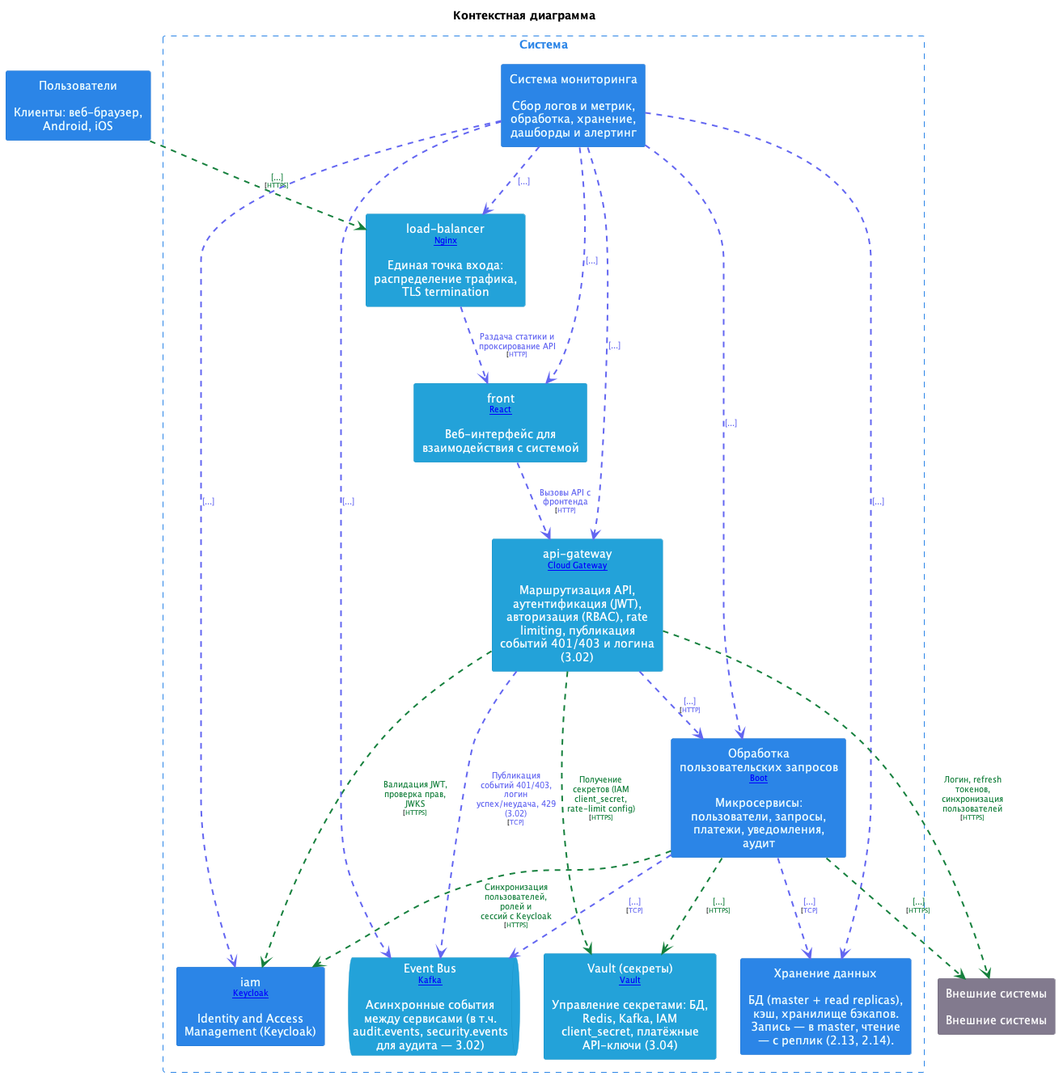
The PlantUML diagram doc/images/context.png in shelepovg/system-design-homework, before a commit.
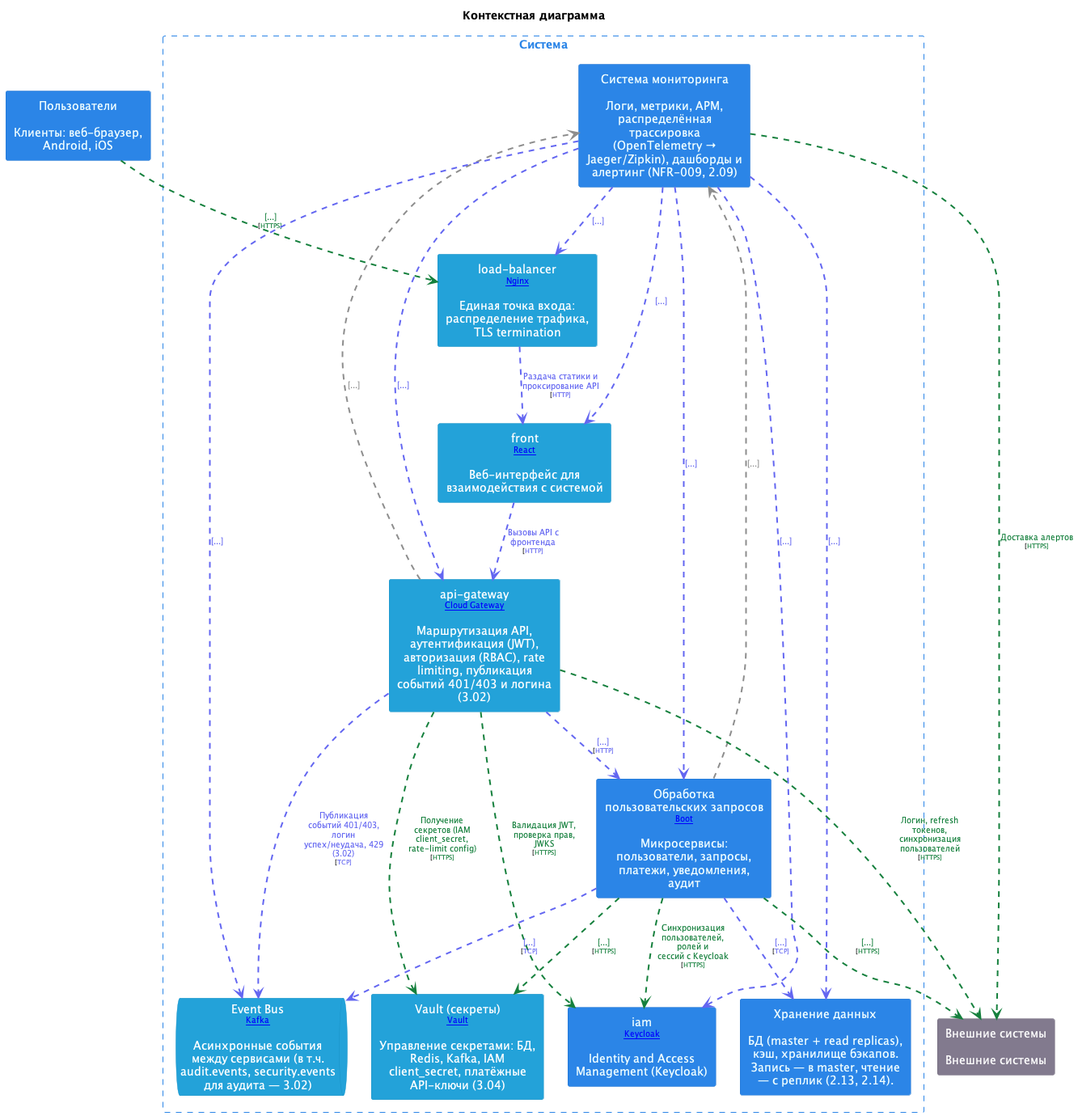
After the commit.

What changed in the source:
```diff
@@ -74,7 +74,7 @@
   skinparam RectangleFontColor<<System>> #2b85e7
   skinparam RectangleBorderStyle<<System>> dashed
 
-  rectangle "Система мониторинга\n\nСбор логов и метрик, обработка, хранение, дашборды и алертинг" <<SystemMonitoring>> as SystemMonitoring
+  rectangle "Система мониторинга\n\nЛоги, метрики, APM, распределённая трассировка (OpenTelemetry → Jaeger/Zipkin), дашборды и алертинг (NFR-009, 2.09)" <<SystemMonitoring>> as SystemMonitoring
   rectangle "load-balancer\n<size:10>[[Nginx]]</size>\n\nЕдиная точка входа: распределение трафика, TLS termination" <<SystemLoadBalancer>> as SystemLoadBalancer
   rectangle "front\n<size:10>[[React]]</size>\n\nВеб-интерфейс для взаимодействия с системой" <<SystemFront>> as SystemFront
   rectangle "api-gateway\n<size:10>[[Spring Cloud Gateway]]</size>\n\nМаршрутизация API, аутентификация (JWT), авторизация (RBAC), rate limiting, публикация событий 401/403 и логина (3.02)" <<SystemApiGateway>> as SystemApiGateway
@@ -95,15 +95,18 @@
 SystemApiGateway .[#6366f1,thickness=2].> SystemBackend : <color:#6366f1>[...]\n<size:8>[<color:#6366f1>HTTP]</size>
 SystemApiGateway .[#6366f1,thickness=2].> SystemEventBus : <color:#6366f1>Публикация событий 401/403, логин \n<color:#6366f1>успех/неудача, 429 (3.02)\n<size:8>[<color:#6366f1>TCP]</size>
 SystemApiGateway .[#15803d,thickness=2].> SystemSecretsVault : <color:#15803d>Получение секретов (IAM client_secret, \n<color:#15803d>rate-limit config)\n<size:8>[<color:#15803d>HTTPS]</size>
+SystemApiGateway .[#8D8D8D,thickness=2].> SystemMonitoring : <color:#8D8D8D>[...]
 SystemMonitoring .[#6366f1,thickness=2].> SystemApiGateway : <color:#6366f1>[...]
 SystemBackend .[#15803d,thickness=2].> SystemIam : <color:#15803d>Синхронизация пользователей, ролей и \n<color:#15803d>сессий с Keycloak\n<size:8>[<color:#15803d>HTTPS]</size>
 SystemMonitoring .[#6366f1,thickness=2].> SystemIam : <color:#6366f1>[...]
 SystemBackend .[#6366f1,thickness=2].> SystemStorage : <color:#6366f1>[...]\n<size:8>[<color:#6366f1>TCP]</size>
 SystemBackend .[#6366f1,thickness=2].> SystemEventBus : <color:#6366f1>[...]\n<size:8>[<color:#6366f1>TCP]</size>
 SystemBackend .[#15803d,thickness=2].> SystemSecretsVault : <color:#15803d>[...]\n<size:8>[<color:#15803d>HTTPS]</size>
+SystemBackend .[#8D8D8D,thickness=2].> SystemMonitoring : <color:#8D8D8D>[...]
 SystemMonitoring .[#6366f1,thickness=2].> SystemBackend : <color:#6366f1>[...]
 SystemMonitoring .[#6366f1,thickness=2].> SystemStorage : <color:#6366f1>[...]
 SystemMonitoring .[#6366f1,thickness=2].> SystemEventBus : <color:#6366f1>[...]
 SystemApiGateway .[#15803d,thickness=2].> System_ext : <color:#15803d>Логин, refresh токенов, синхронизация \n<color:#15803d>пользователей\n<size:8>[<color:#15803d>HTTPS]</size>
 SystemBackend .[#15803d,thickness=2].> System_ext : <color:#15803d>[...]\n<size:8>[<color:#15803d>HTTPS]</size>
+SystemMonitoring .[#15803d,thickness=2].> System_ext : <color:#15803d>Доставка алертов\n<size:8>[<color:#15803d>HTTPS]</size>
 @enduml
```
